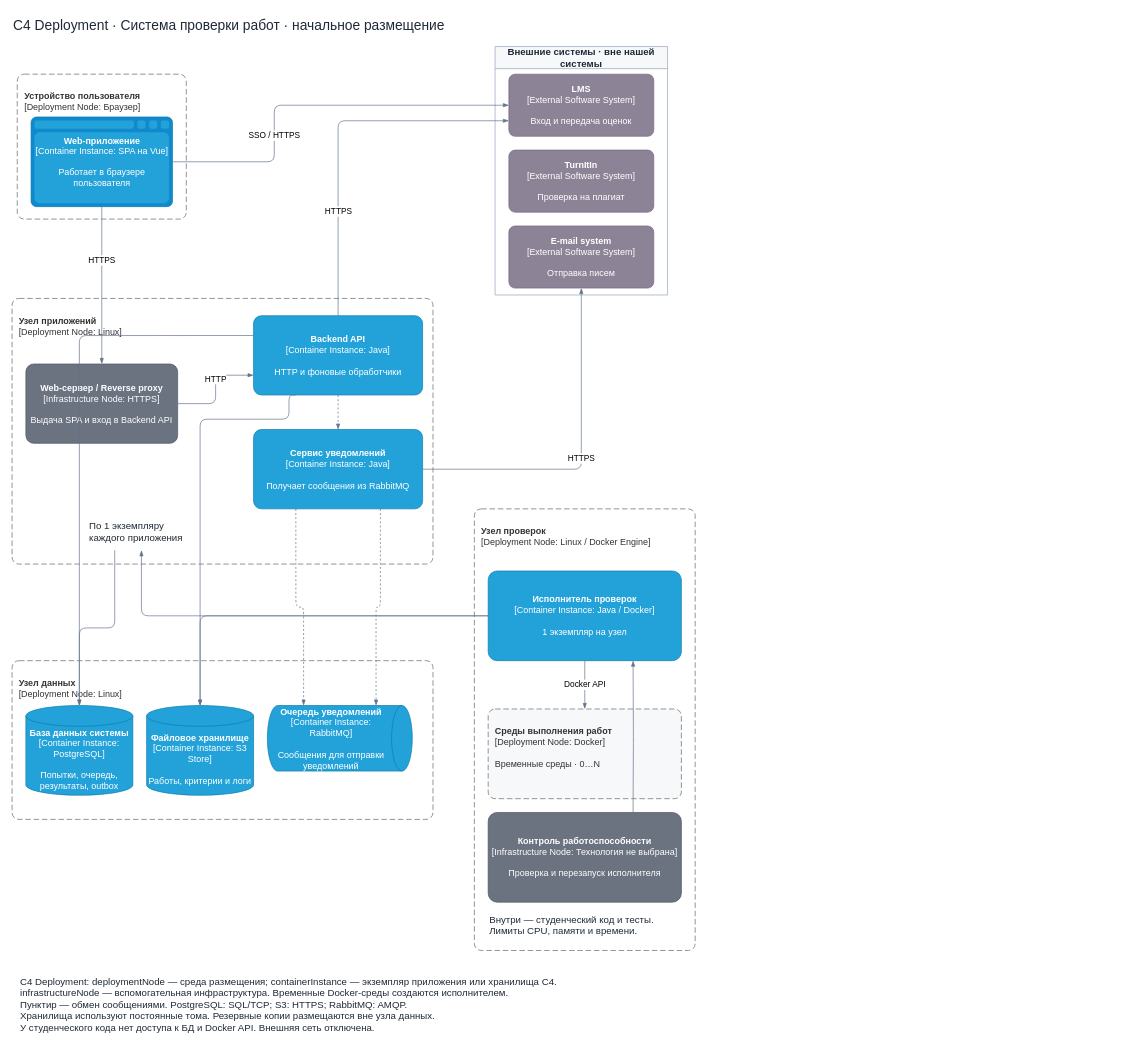
Above: HW4/deployment.drawio in uHiderovich/otus-arch-po (draw.io), before the change. Source tidied: cells renumbered, new cells numbered last; positions are measured from the earlier drawing's top-left corner, leaving out a move shared by most shapes. Both pictures are drawn from the tidied source at 69%, with x=0, y=0 at pixel (12, 12).
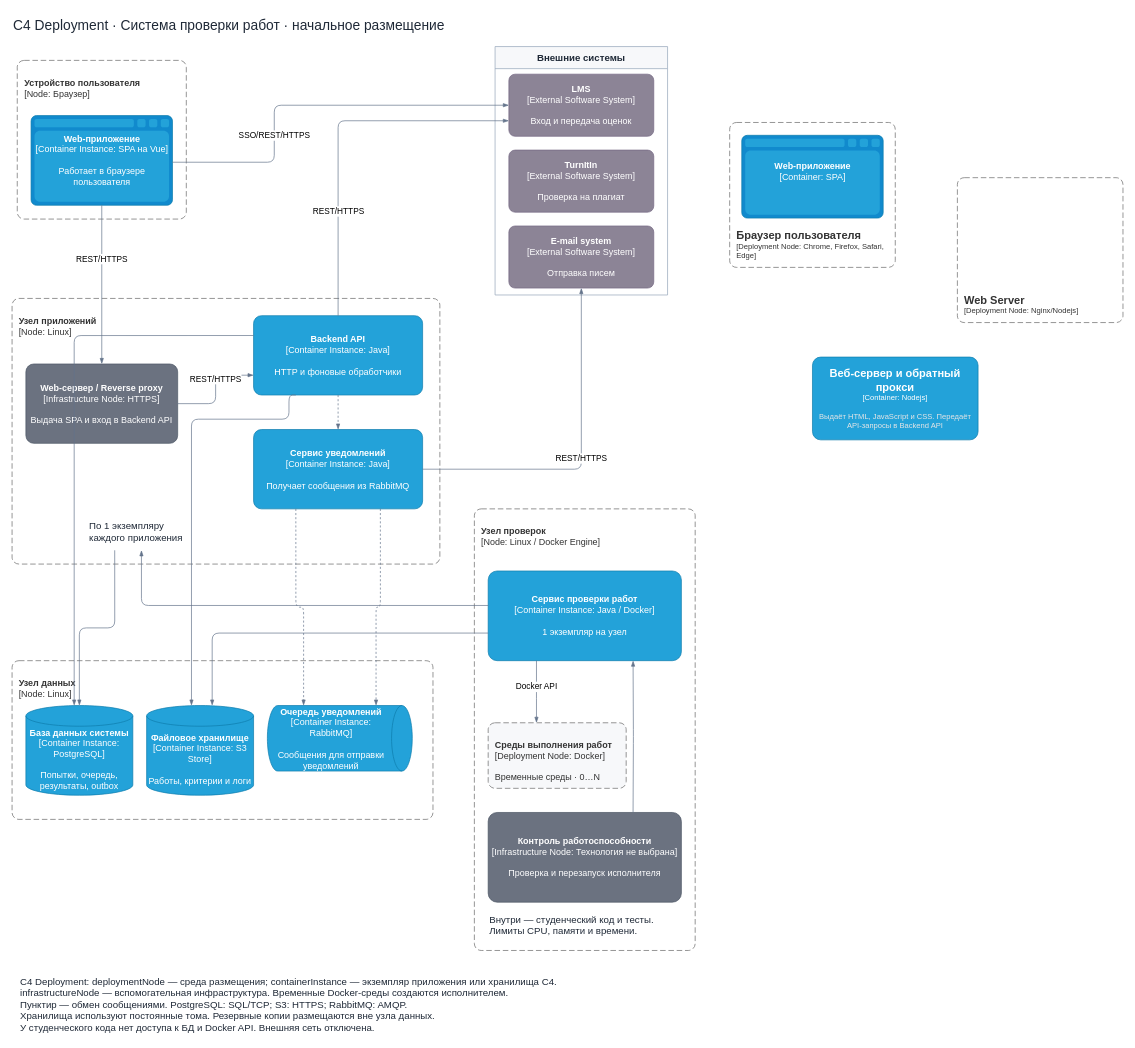
Above is the later version.

The change refers to these unchanged cells:
```xml
<object id="6" label="&lt;b&gt;%c4Name%&lt;/b&gt;&lt;br&gt;[%c4Type%]&lt;br&gt;&lt;br&gt;%c4Description%" c4Description="Вход и передача оценок" c4Name="LMS" c4Type="External Software System" placeholders="1">
  <mxCell style="rounded=1;whiteSpace=wrap;html=1;labelBackgroundColor=none;fillColor=#8C8496;fontColor=#ffffff;align=center;arcSize=10;strokeColor=#736782;points=[[0.25,0,0],[0.5,0,0],[0.75,0,0],[1,0.25,0],[1,0.5,0],[1,0.75,0],[0.75,1,0],[0.5,1,0],[0.25,1,0],[0,0.75,0],[0,0.5,0],[0,0.25,0]];fontSize=13;" parent="5" vertex="1">
    <mxGeometry x="20" y="40" width="210" height="90" as="geometry" />
  </mxCell>
</object>
<object id="8" label="&lt;b&gt;%c4Name%&lt;/b&gt;&lt;br&gt;[%c4Type%]&lt;br&gt;&lt;br&gt;%c4Description%" c4Description="Отправка писем" c4Name="E-mail system" c4Type="External Software System" placeholders="1">
  <mxCell style="rounded=1;whiteSpace=wrap;html=1;labelBackgroundColor=none;fillColor=#8C8496;fontColor=#ffffff;align=center;arcSize=10;strokeColor=#736782;points=[[0.25,0,0],[0.5,0,0],[0.75,0,0],[1,0.25,0],[1,0.5,0],[1,0.75,0],[0.75,1,0],[0.5,1,0],[0.25,1,0],[0,0.75,0],[0,0.5,0],[0,0.25,0]];fontSize=13;" parent="5" vertex="1">
    <mxGeometry x="20" y="260" width="210" height="90" as="geometry" />
  </mxCell>
</object>
<object id="10" label="&lt;b&gt;%c4Name%&lt;/b&gt;&lt;br&gt;[%c4Type%: %c4Technology%]&lt;br&gt;&lt;br&gt;%c4Description%" c4Description="Выдача SPA и вход в Backend API" c4Name="Web-сервер / Reverse proxy" c4Technology="HTTPS" c4Type="Infrastructure Node" placeholders="1">
  <mxCell style="rounded=1;whiteSpace=wrap;html=1;fontSize=11;labelBackgroundColor=none;fillColor=#23A2D9;fontColor=#ffffff;align=center;arcSize=10;strokeColor=#0E7DAD;points=[[0.25,0,0],[0.5,0,0],[0.75,0,0],[1,0.25,0],[1,0.5,0],[1,0.75,0],[0.75,1,0],[0.5,1,0],[0.25,1,0],[0,0.75,0],[0,0.5,0],[0,0.25,0]];fontSize=13;fillColor=#6B7280;strokeColor=#4B5563;" parent="9" vertex="1">
    <mxGeometry x="20" y="95" width="220" height="115" as="geometry" />
  </mxCell>
</object>
<object id="11" label="&lt;b&gt;%c4Name%&lt;/b&gt;&lt;br&gt;[%c4Type%: %c4Technology%]&lt;br&gt;&lt;br&gt;%c4Description%" c4Description="HTTP и фоновые обработчики" c4Name="Backend API" c4Technology="Java" c4Type="Container Instance" placeholders="1">
  <mxCell style="rounded=1;whiteSpace=wrap;html=1;fontSize=11;labelBackgroundColor=none;fillColor=#23A2D9;fontColor=#ffffff;align=center;arcSize=10;strokeColor=#0E7DAD;points=[[0.25,0,0],[0.5,0,0],[0.75,0,0],[1,0.25,0],[1,0.5,0],[1,0.75,0],[0.75,1,0],[0.5,1,0],[0.25,1,0],[0,0.75,0],[0,0.5,0],[0,0.25,0]];fontSize=13;" parent="9" vertex="1">
    <mxGeometry x="350" y="25" width="245" height="115" as="geometry" />
  </mxCell>
</object>
<mxCell id="13" value="По 1 экземпляру&lt;br&gt;каждого приложения" style="text;strokeColor=none;fillColor=none;html=1;whiteSpace=wrap;fontSize=14;fontColor=#1F2937;" parent="9" vertex="1">
  <mxGeometry x="110" y="315" width="155" height="50" as="geometry" />
</mxCell>
<object id="14" label="&lt;b&gt;%c4Name%&lt;/b&gt;&lt;br&gt;[%c4Type%: %c4Technology%]&lt;br&gt;&lt;br&gt;%c4Description%" c4Description="Получает сообщения из RabbitMQ" c4Name="Сервис уведомлений" c4Technology="Java" c4Type="Container Instance" placeholders="1">
  <mxCell style="rounded=1;whiteSpace=wrap;html=1;fontSize=11;labelBackgroundColor=none;fillColor=#23A2D9;fontColor=#ffffff;align=center;arcSize=10;strokeColor=#0E7DAD;points=[[0.25,0,0],[0.5,0,0],[0.75,0,0],[1,0.25,0],[1,0.5,0],[1,0.75,0],[0.75,1,0],[0.5,1,0],[0.25,1,0],[0,0.75,0],[0,0.5,0],[0,0.25,0]];fontSize=13;" parent="9" vertex="1">
    <mxGeometry x="350" y="190" width="245" height="115" as="geometry" />
  </mxCell>
</object>
<object id="17" label="&lt;b&gt;%c4Name%&lt;/b&gt;&lt;br&gt;[%c4Type%: %c4Technology%]&lt;br&gt;&lt;br&gt;%c4Description%" c4Description="Попытки, очередь, результаты, outbox" c4Name="База данных системы" c4Technology="PostgreSQL" c4Type="Container Instance" placeholders="1">
  <mxCell style="shape=cylinder3;size=15;whiteSpace=wrap;html=1;boundedLbl=1;rounded=0;labelBackgroundColor=none;fillColor=#23A2D9;fontSize=12;fontColor=#ffffff;align=center;strokeColor=#0E7DAD;points=[[0.5,0,0],[1,0.25,0],[1,0.5,0],[1,0.75,0],[0.5,1,0],[0,0.75,0],[0,0.5,0],[0,0.25,0]];fontSize=13;" parent="16" vertex="1">
    <mxGeometry x="20" y="65" width="155" height="130" as="geometry" />
  </mxCell>
</object>
<object id="18" label="&lt;b&gt;%c4Name%&lt;/b&gt;&lt;br&gt;[%c4Type%: %c4Technology%]&lt;br&gt;&lt;br&gt;%c4Description%" c4Description="Работы, критерии и логи" c4Name="Файловое хранилище" c4Technology="S3 Store" c4Type="Container Instance" placeholders="1">
  <mxCell style="shape=cylinder3;size=15;whiteSpace=wrap;html=1;boundedLbl=1;rounded=0;labelBackgroundColor=none;fillColor=#23A2D9;fontSize=12;fontColor=#ffffff;align=center;strokeColor=#0E7DAD;points=[[0.5,0,0],[1,0.25,0],[1,0.5,0],[1,0.75,0],[0.5,1,0],[0,0.75,0],[0,0.5,0],[0,0.25,0]];fontSize=13;" parent="16" vertex="1">
    <mxGeometry x="195" y="65" width="155" height="130" as="geometry" />
  </mxCell>
</object>
```

What changed in the source:
```diff
@@
-    <object id="3" label="&lt;b&gt;%c4Name%&lt;/b&gt;&lt;br&gt;[%c4Type%: %c4Technology%]" c4Name="Устройство пользователя" c4Technology="Браузер" c4Type="Deployment Node" placeholders="1">
+    <object id="3" label="&lt;b&gt;%c4Name%&lt;/b&gt;&lt;br&gt;[%c4Type%: %c4Technology%]" c4Name="Устройство пользователя" c4Technology="Браузер" c4Type="Node" placeholders="1">
       <mxCell style="rounded=1;fontSize=11;whiteSpace=wrap;html=1;dashed=1;arcSize=20;fillColor=none;strokeColor=#666666;fontColor=#333333;labelBackgroundColor=none;align=left;verticalAlign=bottom;labelBorderColor=none;spacingTop=0;spacing=10;dashPattern=8 4;perimeter=rectanglePerimeter;noLabel=0;labelPadding=0;absoluteArcSize=1;fontSize=13;verticalAlign=top;spacingTop=10;align=left;" parent="1" vertex="1">
-        <mxGeometry x="7.5" y="90" width="245" height="210" as="geometry" />
+        <mxGeometry x="7.5" y="70" width="245" height="230" as="geometry" />
       </mxCell>
     </object>
     <object id="4" label="&lt;b&gt;%c4Name%&lt;/b&gt;&lt;br&gt;[%c4Type%: %c4Technology%]&lt;br&gt;&lt;br&gt;%c4Description%" c4Description="Работает в браузере пользователя" c4Name="Web-приложение" c4Technology="SPA на Vue" c4Type="Container Instance" placeholders="1">
       <mxCell style="shape=mxgraph.c4.webBrowserContainer2;whiteSpace=wrap;html=1;boundedLbl=1;rounded=0;labelBackgroundColor=none;strokeColor=#118ACD;fillColor=#23A2D9;strokeColor=#118ACD;strokeColor2=#0E7DAD;fontSize=12;fontColor=#ffffff;align=center;points=[[0.5,0,0],[1,0.25,0],[1,0.5,0],[1,0.75,0],[0.5,1,0],[0,0.75,0],[0,0.5,0],[0,0.25,0]];fontSize=13;" parent="3" vertex="1">
-        <mxGeometry x="20" y="62" width="205" height="130" as="geometry" />
+        <mxGeometry x="20" y="80" width="205" height="130" as="geometry" />
       </mxCell>
     </object>
-    <mxCell id="5" value="Внешние системы · вне нашей системы" style="swimlane;startSize=32;fillColor=#F7F8FA;strokeColor=#94A3B8;html=1;whiteSpace=wrap;fontSize=14;fontColor=#1F2937;" parent="1" vertex="1">
+    <mxCell id="5" value="Внешние системы" style="swimlane;startSize=32;fillColor=#F7F8FA;strokeColor=#94A3B8;html=1;whiteSpace=wrap;fontSize=14;fontColor=#1F2937;" parent="1" vertex="1">
       <mxGeometry x="700" y="50" width="250" height="360" as="geometry" />
     </mxCell>
@@
-    <object id="9" label="&lt;b&gt;%c4Name%&lt;/b&gt;&lt;br&gt;[%c4Type%: %c4Technology%]" c4Name="Узел приложений" c4Technology="Linux" c4Type="Deployment Node" placeholders="1">
+    <object id="9" label="&lt;b&gt;%c4Name%&lt;/b&gt;&lt;br&gt;[%c4Type%: %c4Technology%]" c4Name="Узел приложений" c4Technology="Linux" c4Type="Node" placeholders="1">
       <mxCell style="rounded=1;fontSize=11;whiteSpace=wrap;html=1;dashed=1;arcSize=20;fillColor=none;strokeColor=#666666;fontColor=#333333;labelBackgroundColor=none;align=left;verticalAlign=bottom;labelBorderColor=none;spacingTop=0;spacing=10;dashPattern=8 4;perimeter=rectanglePerimeter;noLabel=0;labelPadding=0;absoluteArcSize=1;fontSize=13;verticalAlign=top;spacingTop=10;align=left;" parent="1" vertex="1">
-        <mxGeometry y="415" width="610" height="385" as="geometry" />
+        <mxGeometry y="415" width="620" height="385" as="geometry" />
       </mxCell>
     </object>
@@
-    <object id="12" label="%c4Technology%" c4Technology="HTTP" placeholders="1">
+    <object id="12" label="%c4Technology%" c4Technology="REST/HTTPS" placeholders="1">
       <mxCell style="edgeStyle=orthogonalEdgeStyle;rounded=1;html=1;fontSize=12;strokeColor=#64748B;endArrow=blockThin;defaultLabelBackgroundColor=page;entryX=0;entryY=0.75;entryDx=0;entryDy=0;entryPerimeter=0;" parent="9" edge="1" source="10" target="11">
         <mxGeometry x="0.2" relative="1" as="geometry" />
       </mxCell>
     </object>
@@
-    <object id="16" label="&lt;b&gt;%c4Name%&lt;/b&gt;&lt;br&gt;[%c4Type%: %c4Technology%]" c4Name="Узел данных" c4Technology="Linux" c4Type="Deployment Node" placeholders="1">
+    <object id="16" label="&lt;b&gt;%c4Name%&lt;/b&gt;&lt;br&gt;[%c4Type%: %c4Technology%]" c4Name="Узел данных" c4Technology="Linux" c4Type="Node" placeholders="1">
       <mxCell style="rounded=1;fontSize=11;whiteSpace=wrap;html=1;dashed=1;arcSize=20;fillColor=none;strokeColor=#666666;fontColor=#333333;labelBackgroundColor=none;align=left;verticalAlign=bottom;labelBorderColor=none;spacingTop=0;spacing=10;dashPattern=8 4;perimeter=rectanglePerimeter;noLabel=0;labelPadding=0;absoluteArcSize=1;fontSize=13;verticalAlign=top;spacingTop=10;align=left;" parent="1" vertex="1">
         <mxGeometry y="940" width="610" height="230" as="geometry" />
       </mxCell>
     </object>
@@
-    <object id="20" label="&lt;b&gt;%c4Name%&lt;/b&gt;&lt;br&gt;[%c4Type%: %c4Technology%]" c4Name="Узел проверок" c4Technology="Linux / Docker Engine" c4Type="Deployment Node" placeholders="1">
+    <object id="20" label="&lt;b&gt;%c4Name%&lt;/b&gt;&lt;br&gt;[%c4Type%: %c4Technology%]" c4Name="Узел проверок" c4Technology="Linux / Docker Engine" c4Type="Node" placeholders="1">
       <mxCell style="rounded=1;fontSize=11;whiteSpace=wrap;html=1;dashed=1;arcSize=20;fillColor=none;strokeColor=#666666;fontColor=#333333;labelBackgroundColor=none;align=left;verticalAlign=bottom;labelBorderColor=none;spacingTop=0;spacing=10;dashPattern=8 4;perimeter=rectanglePerimeter;noLabel=0;labelPadding=0;absoluteArcSize=1;fontSize=13;verticalAlign=top;spacingTop=10;align=left;" parent="1" vertex="1">
         <mxGeometry x="670" y="720" width="320" height="640" as="geometry" />
       </mxCell>
     </object>
-    <object id="21" label="&lt;b&gt;%c4Name%&lt;/b&gt;&lt;br&gt;[%c4Type%: %c4Technology%]&lt;br&gt;&lt;br&gt;%c4Description%" c4Description="1 экземпляр на узел" c4Name="Исполнитель проверок" c4Technology="Java / Docker" c4Type="Container Instance" placeholders="1">
+    <object id="21" label="&lt;b&gt;%c4Name%&lt;/b&gt;&lt;br&gt;[%c4Type%: %c4Technology%]&lt;br&gt;&lt;br&gt;%c4Description%" c4Description="1 экземпляр на узел" c4Name="Сервис проверки работ" c4Technology="Java / Docker" c4Type="Container Instance" placeholders="1">
       <mxCell style="rounded=1;whiteSpace=wrap;html=1;fontSize=11;labelBackgroundColor=none;fillColor=#23A2D9;fontColor=#ffffff;align=center;arcSize=10;strokeColor=#0E7DAD;points=[[0.25,0,0],[0.5,0,0],[0.75,0,0],[1,0.25,0],[1,0.5,0],[1,0.75,0],[0.75,1,0],[0.5,1,0],[0.25,1,0],[0,0.75,0],[0,0.5,0],[0,0.25,0]];fontSize=13;" parent="20" vertex="1">
         <mxGeometry x="20" y="90" width="280" height="130" as="geometry" />
       </mxCell>
     </object>
@@
     <object id="23" label="&lt;b&gt;%c4Name%&lt;/b&gt;&lt;br&gt;[%c4Type%: %c4Technology%]&lt;br&gt;&lt;br&gt;%c4Description%" c4Description="Временные среды · 0…N" c4Name="Среды выполнения работ" c4Technology="Docker" c4Type="Deployment Node" placeholders="1">
       <mxCell style="rounded=1;fontSize=11;whiteSpace=wrap;html=1;dashed=1;arcSize=20;fillColor=none;strokeColor=#666666;fontColor=#333333;labelBackgroundColor=none;align=left;verticalAlign=bottom;labelBorderColor=none;spacingTop=0;spacing=10;dashPattern=8 4;perimeter=rectanglePerimeter;noLabel=0;labelPadding=0;absoluteArcSize=1;points=[[0.25,0,0],[0.5,0,0],[0.75,0,0],[1,0.25,0],[1,0.5,0],[1,0.75,0],[0.75,1,0],[0.5,1,0],[0.25,1,0],[0,0.75,0],[0,0.5,0],[0,0.25,0]];fontSize=13;verticalAlign=top;spacingTop=10;align=left;fillColor=#F7F8FA;" parent="20" vertex="1">
-        <mxGeometry x="20" y="290" width="280" height="130" as="geometry" />
+        <mxGeometry x="20" y="310" width="200" height="95" as="geometry" />
       </mxCell>
     </object>
@@
     <object id="25" label="%c4Technology%" c4Technology="Docker API" placeholders="1">
-      <mxCell style="edgeStyle=orthogonalEdgeStyle;rounded=1;html=1;fontSize=12;strokeColor=#64748B;endArrow=blockThin;defaultLabelBackgroundColor=page;" parent="20" edge="1" source="21" target="23">
-        <mxGeometry relative="1" as="geometry" />
+      <mxCell style="edgeStyle=orthogonalEdgeStyle;rounded=1;html=1;fontSize=12;strokeColor=#64748B;endArrow=blockThin;defaultLabelBackgroundColor=page;exitX=0.25;exitY=1;exitDx=0;exitDy=0;exitPerimeter=0;" parent="20" edge="1" source="21">
+        <mxGeometry x="-0.16" relative="1" as="geometry">
+          <mxPoint x="90" y="310" as="targetPoint" />
+        </mxGeometry>
       </mxCell>
     </object>
@@
-    <object id="28" label="%c4Technology%" c4Technology="HTTPS" placeholders="1">
+    <object id="28" label="%c4Technology%" c4Technology="REST/HTTPS" placeholders="1">
       <mxCell style="edgeStyle=orthogonalEdgeStyle;rounded=1;html=1;fontSize=12;strokeColor=#64748B;endArrow=blockThin;defaultLabelBackgroundColor=page;" parent="1" edge="1" source="4" target="10">
         <mxGeometry x="-0.32" relative="1" as="geometry" />
       </mxCell>
     </object>
-    <object id="29" label="%c4Technology%" c4Technology="SSO / HTTPS" placeholders="1">
-      <mxCell style="edgeStyle=orthogonalEdgeStyle;rounded=1;html=1;fontSize=12;strokeColor=#64748B;endArrow=blockThin;defaultLabelBackgroundColor=page;" parent="1" edge="1" source="4" target="6">
+    <object id="29" label="%c4Technology%" c4Technology="SSO/REST/HTTPS" placeholders="1">
+      <mxCell style="edgeStyle=orthogonalEdgeStyle;rounded=1;html=1;fontSize=12;strokeColor=#64748B;endArrow=blockThin;defaultLabelBackgroundColor=page;exitX=0.999;exitY=0.52;exitDx=0;exitDy=0;exitPerimeter=0;" parent="1" edge="1" source="4" target="6">
         <mxGeometry x="-0.35" relative="1" as="geometry">
           <Array as="points">
-            <mxPoint x="380" y="217" />
+            <mxPoint x="380" y="217.6" />
             <mxPoint x="380" y="135" />
           </Array>
           <mxPoint y="-1" as="offset" />
         </mxGeometry>
       </mxCell>
     </object>
-    <object id="30" label="%c4Technology%" c4Technology="HTTPS" placeholders="1">
+    <object id="30" label="%c4Technology%" c4Technology="REST/HTTPS" placeholders="1">
       <mxCell style="edgeStyle=orthogonalEdgeStyle;rounded=1;html=1;fontSize=12;strokeColor=#64748B;endArrow=blockThin;defaultLabelBackgroundColor=page;exitX=0.5;exitY=0;exitDx=0;exitDy=0;exitPerimeter=0;entryX=0;entryY=0.75;entryDx=0;entryDy=0;entryPerimeter=0;" parent="1" edge="1" source="11" target="6">
         <mxGeometry x="-0.43" relative="1" as="geometry" />
       </mxCell>
     </object>
-    <object id="31" label="%c4Technology%" c4Technology="HTTPS" placeholders="1">
+    <object id="31" label="%c4Technology%" c4Technology="REST/HTTPS" placeholders="1">
       <mxCell style="edgeStyle=orthogonalEdgeStyle;rounded=1;html=1;fontSize=12;strokeColor=#64748B;endArrow=blockThin;defaultLabelBackgroundColor=page;" parent="1" edge="1" source="14" target="8">
         <mxGeometry relative="1" as="geometry" />
       </mxCell>
     </object>
     <object id="32" label="%c4Technology%" c4Technology="" placeholders="1">
       <mxCell style="edgeStyle=orthogonalEdgeStyle;rounded=1;html=1;fontSize=12;strokeColor=#64748B;endArrow=blockThin;defaultLabelBackgroundColor=page;exitX=0;exitY=0.25;exitDx=0;exitDy=0;exitPerimeter=0;" parent="1" edge="1" source="11" target="17">
-        <mxGeometry x="0.04" relative="1" as="geometry" />
+        <mxGeometry x="0.04" relative="1" as="geometry">
+          <Array as="points">
+            <mxPoint x="90" y="468.8" />
+          </Array>
+        </mxGeometry>
       </mxCell>
     </object>
     <object id="33" label="%c4Technology%" c4Technology="" placeholders="1">
       <mxCell style="edgeStyle=orthogonalEdgeStyle;rounded=1;html=1;fontSize=12;strokeColor=#64748B;endArrow=blockThin;defaultLabelBackgroundColor=page;exitX=0.25;exitY=1;exitDx=0;exitDy=0;exitPerimeter=0;" parent="1" edge="1" source="11" target="18">
         <mxGeometry x="-0.1" relative="1" as="geometry">
           <Array as="points">
+            <mxPoint x="401.3" y="555" />
             <mxPoint x="401.3" y="590" />
-            <mxPoint x="272.5" y="590" />
+            <mxPoint x="260" y="590" />
           </Array>
         </mxGeometry>
       </mxCell>
     </object>
@@
     <object id="37" label="%c4Technology%" c4Technology="" placeholders="1">
       <mxCell style="edgeStyle=orthogonalEdgeStyle;rounded=1;html=1;fontSize=12;strokeColor=#64748B;endArrow=blockThin;defaultLabelBackgroundColor=page;" parent="1" edge="1" source="21" target="18">
-        <mxGeometry relative="1" as="geometry" />
+        <mxGeometry x="0.03" relative="1" as="geometry">
+          <Array as="points">
+            <mxPoint x="290" y="900" />
+          </Array>
+        </mxGeometry>
       </mxCell>
     </object>
     <mxCell id="38" style="edgeStyle=orthogonalEdgeStyle;rounded=1;html=1;fontSize=12;strokeColor=#64748B;endArrow=blockThin;defaultLabelBackgroundColor=page;" parent="1" edge="1" source="21" target="13">
-      <mxGeometry relative="1" as="geometry" />
+      <mxGeometry relative="1" as="geometry">
+        <Array as="points">
+          <mxPoint x="187.5" y="860" />
+        </Array>
+      </mxGeometry>
     </mxCell>
+    <mxCell id="39" style="group;" parent="1" vertex="1">
+      <mxGeometry x="1040" y="160" width="240" height="210" as="geometry" />
+    </mxCell>
+    <object id="40" label="&lt;font style=&quot;font-size: 16px&quot;&gt;&lt;b&gt;&lt;div style=&quot;text-align: left&quot;&gt;%c4Name%&lt;/div&gt;&lt;/b&gt;&lt;/font&gt;&lt;div style=&quot;text-align: left&quot;&gt;[%c4Application%]&lt;/div&gt;" c4Application="Deployment Node: Chrome, Firefox, Safari, Edge" c4Name="Браузер пользователя" placeholders="1">
+      <mxCell style="rounded=1;fontSize=11;whiteSpace=wrap;html=1;dashed=1;arcSize=20;fillColor=none;strokeColor=#666666;fontColor=#333333;labelBackgroundColor=none;align=left;verticalAlign=bottom;labelBorderColor=none;spacingTop=0;spacing=10;dashPattern=8 4;perimeter=rectanglePerimeter;noLabel=0;labelPadding=0;absoluteArcSize=1;" parent="39" vertex="1">
+        <mxGeometry width="240" height="210" as="geometry" />
+      </mxCell>
+    </object>
+    <object id="41" label="&lt;b&gt;%c4Name%&lt;/b&gt;&lt;br&gt;[%c4Type%: %c4Technology%]&lt;br&gt;&lt;br&gt;%c4Description%" c4Description="" c4Name="Web-приложение" c4Technology="SPA" c4Type="Container" placeholders="1">
+      <mxCell style="shape=mxgraph.c4.webBrowserContainer2;whiteSpace=wrap;html=1;boundedLbl=1;rounded=0;labelBackgroundColor=none;strokeColor=#118ACD;fillColor=#23A2D9;strokeColor=#118ACD;strokeColor2=#0E7DAD;fontSize=12;fontColor=#ffffff;align=center;fontSize=13;" parent="39" vertex="1">
+        <mxGeometry x="17.5" y="18.6" width="205" height="120" as="geometry" />
+      </mxCell>
+    </object>
+    <object id="42" label="&lt;font style=&quot;font-size: 16px&quot;&gt;&lt;b&gt;%c4Name%&lt;/b&gt;&lt;/font&gt;&lt;div&gt;[%c4Type%: %c4Technology%]&lt;/div&gt;&lt;br&gt;&lt;div&gt;&lt;font style=&quot;font-size: 11px&quot;&gt;&lt;font color=&quot;#E6E6E6&quot;&gt;%c4Description%&lt;/font&gt;&lt;/div&gt;" c4Description="Выдаёт HTML, JavaScript и CSS. Передаёт API-запросы в Backend API" c4Name="Веб-сервер и обратный прокси" c4Technology="Nodejs" c4Type="Container" placeholders="1">
+      <mxCell style="rounded=1;whiteSpace=wrap;html=1;fontSize=11;labelBackgroundColor=none;fillColor=#23A2D9;fontColor=#ffffff;align=center;arcSize=10;strokeColor=#0E7DAD;" parent="1" vertex="1">
+        <mxGeometry x="1160" y="500" width="240" height="120" as="geometry" />
+      </mxCell>
+    </object>
+    <object id="43" label="&lt;font style=&quot;font-size: 16px&quot;&gt;&lt;b&gt;&lt;div style=&quot;text-align: left&quot;&gt;%c4Name%&lt;/div&gt;&lt;/b&gt;&lt;/font&gt;&lt;div style=&quot;text-align: left&quot;&gt;[%c4Application%]&lt;/div&gt;" c4Application="Deployment Node: Nginx/Nodejs" c4Name="Web Server&#10;" placeholders="1">
+      <mxCell style="rounded=1;fontSize=11;whiteSpace=wrap;html=1;dashed=1;arcSize=20;fillColor=none;strokeColor=#666666;fontColor=#333333;labelBackgroundColor=none;align=left;verticalAlign=bottom;labelBorderColor=none;spacingTop=0;spacing=10;dashPattern=8 4;perimeter=rectanglePerimeter;noLabel=0;labelPadding=0;absoluteArcSize=1;" parent="1" vertex="1">
+        <mxGeometry x="1370" y="240" width="240" height="210" as="geometry" />
+      </mxCell>
+    </object>
```
